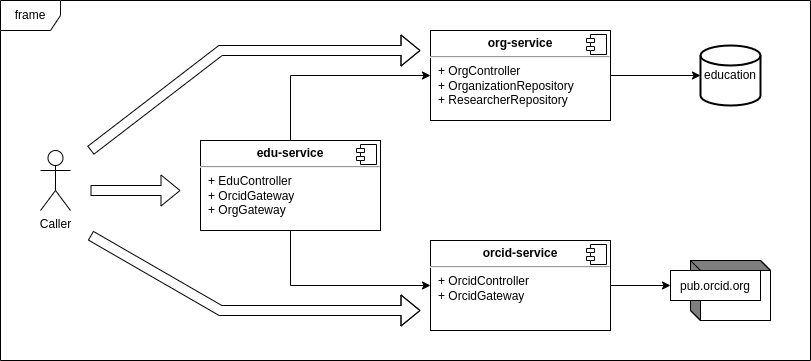
The draw.io diagram education-component.drawio.png in talis-fb/education, before a commit. Source tidied: cells renumbered, new cells last; positions are measured from the earlier drawing's top-left corner, leaving out a move shared by most shapes. Source of this version:
```xml
<mxGraphModel>
  <root>
    <mxCell id="0" />
    <mxCell id="1" parent="0" />
    <mxCell id="2" style="edgeStyle=orthogonalEdgeStyle;rounded=0;jettySize=auto;html=1;entryX=0;entryY=0.5;entryDx=0;entryDy=0;exitX=0.5;exitY=0;exitDx=0;exitDy=0;" parent="1" edge="1" source="4" target="7">
      <mxGeometry relative="1" as="geometry" />
    </mxCell>
    <mxCell id="3" style="edgeStyle=orthogonalEdgeStyle;rounded=0;jettySize=auto;html=1;entryX=0;entryY=0.5;entryDx=0;entryDy=0;exitX=0.5;exitY=1;exitDx=0;exitDy=0;" parent="1" edge="1" source="4" target="10">
      <mxGeometry relative="1" as="geometry" />
    </mxCell>
    <mxCell id="4" value="&lt;p style=&quot;margin:0px;margin-top:6px;text-align:center;&quot;&gt;&lt;b&gt;edu-service&lt;/b&gt;&lt;/p&gt;&lt;hr&gt;&lt;p style=&quot;margin:0px;margin-left:8px;&quot;&gt;+ EduController&lt;br&gt;+ OrcidGateway&lt;/p&gt;&lt;p style=&quot;margin:0px;margin-left:8px;&quot;&gt;+ OrgGateway&lt;/p&gt;" style="align=left;overflow=fill;html=1;" parent="1" vertex="1">
      <mxGeometry x="200" y="140" width="180" height="90" as="geometry" />
    </mxCell>
    <mxCell id="5" style="shape=component;jettyWidth=8;jettyHeight=4;" parent="4" vertex="1">
      <mxGeometry x="1" width="20" height="20" relative="1" as="geometry">
        <mxPoint x="-24" y="4" as="offset" />
      </mxGeometry>
    </mxCell>
    <mxCell id="6" style="edgeStyle=orthogonalEdgeStyle;rounded=0;jettySize=auto;html=1;entryX=0;entryY=0.5;entryDx=0;entryDy=0;entryPerimeter=0;" parent="1" edge="1" source="7" target="12">
      <mxGeometry relative="1" as="geometry" />
    </mxCell>
    <mxCell id="7" value="&lt;p style=&quot;margin:0px;margin-top:6px;text-align:center;&quot;&gt;&lt;b&gt;org-service&lt;/b&gt;&lt;/p&gt;&lt;hr&gt;&lt;p style=&quot;margin:0px;margin-left:8px;&quot;&gt;+ OrgController&lt;br&gt;+ OrganizationRepository&lt;/p&gt;&lt;p style=&quot;margin:0px;margin-left:8px;&quot;&gt;+ ResearcherRepository&lt;/p&gt;" style="align=left;overflow=fill;html=1;" parent="1" vertex="1">
      <mxGeometry x="430" y="30" width="180" height="90" as="geometry" />
    </mxCell>
    <mxCell id="8" style="shape=component;jettyWidth=8;jettyHeight=4;" parent="7" vertex="1">
      <mxGeometry x="1" width="20" height="20" relative="1" as="geometry">
        <mxPoint x="-24" y="4" as="offset" />
      </mxGeometry>
    </mxCell>
    <mxCell id="9" style="edgeStyle=orthogonalEdgeStyle;rounded=0;jettySize=auto;html=1;" parent="1" edge="1" source="10" target="14">
      <mxGeometry relative="1" as="geometry" />
    </mxCell>
    <mxCell id="10" value="&lt;p style=&quot;margin:0px;margin-top:6px;text-align:center;&quot;&gt;&lt;b&gt;orcid-service&lt;/b&gt;&lt;/p&gt;&lt;hr&gt;&lt;p style=&quot;margin:0px;margin-left:8px;&quot;&gt;+ OrcidController&lt;br&gt;+ OrcidGateway&lt;/p&gt;" style="align=left;overflow=fill;html=1;" parent="1" vertex="1">
      <mxGeometry x="430" y="240" width="180" height="90" as="geometry" />
    </mxCell>
    <mxCell id="11" style="shape=component;jettyWidth=8;jettyHeight=4;" parent="10" vertex="1">
      <mxGeometry x="1" width="20" height="20" relative="1" as="geometry">
        <mxPoint x="-24" y="4" as="offset" />
      </mxGeometry>
    </mxCell>
    <mxCell id="12" value="education" style="strokeWidth=2;html=1;shape=mxgraph.flowchart.database;whiteSpace=wrap;" parent="1" vertex="1">
      <mxGeometry x="700" y="45" width="60" height="60" as="geometry" />
    </mxCell>
    <mxCell id="13" style="html=1;dashed=0;whitespace=wrap;shape=mxgraph.dfd.externalEntity;" parent="1" vertex="1">
      <mxGeometry x="690" y="260" width="80" height="60" as="geometry" />
    </mxCell>
    <mxCell id="14" value="pub.orcid.org" style="strokeColor=inherit;fillColor=inherit;gradientColor=inherit;" parent="13" vertex="1">
      <mxGeometry width="90" height="30" relative="1" as="geometry">
        <mxPoint x="-20" y="10" as="offset" />
      </mxGeometry>
    </mxCell>
    <mxCell id="15" value="Caller" style="shape=umlActor;verticalLabelPosition=bottom;verticalAlign=top;html=1;" parent="1" vertex="1">
      <mxGeometry x="40" y="150" width="30" height="60" as="geometry" />
    </mxCell>
    <mxCell id="16" style="shape=flexArrow;endArrow=classic;html=1;rounded=0;" parent="1" edge="1">
      <mxGeometry relative="1" as="geometry">
        <mxPoint x="90" y="190" as="sourcePoint" />
        <mxPoint x="180" y="190" as="targetPoint" />
      </mxGeometry>
    </mxCell>
    <mxCell id="17" style="shape=flexArrow;endArrow=classic;html=1;rounded=0;" parent="1" edge="1">
      <mxGeometry relative="1" as="geometry">
        <mxPoint x="90" y="150" as="sourcePoint" />
        <mxPoint x="420" y="50" as="targetPoint" />
        <Array as="points">
          <mxPoint x="220" y="50" />
        </Array>
      </mxGeometry>
    </mxCell>
    <mxCell id="18" style="shape=flexArrow;endArrow=classic;html=1;rounded=0;" parent="1" edge="1">
      <mxGeometry relative="1" as="geometry">
        <mxPoint x="90" y="235" as="sourcePoint" />
        <mxPoint x="420" y="310" as="targetPoint" />
        <Array as="points">
          <mxPoint x="220" y="310" />
        </Array>
      </mxGeometry>
    </mxCell>
    <mxCell id="19" value="frame" style="shape=umlFrame;whiteSpace=wrap;html=1;" parent="1" vertex="1">
      <mxGeometry width="810" height="360" as="geometry" />
    </mxCell>
  </root>
</mxGraphModel>
```
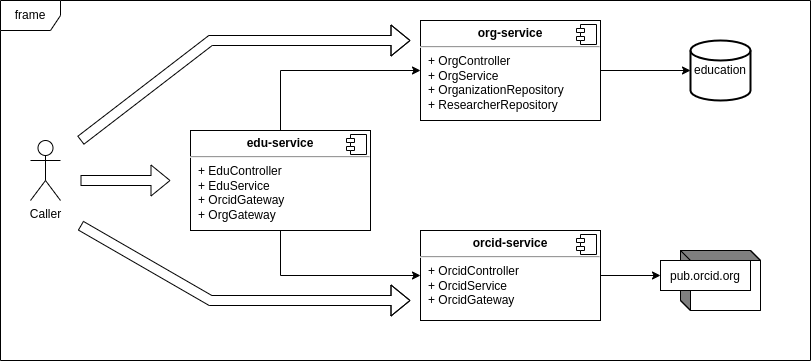
Later version of the same file.

Commit message:
Updated component diagram

The edit, as a diff of the source:
```diff
@@ -8,8 +8,8 @@
     <mxCell id="3" style="edgeStyle=orthogonalEdgeStyle;rounded=0;jettySize=auto;html=1;entryX=0;entryY=0.5;entryDx=0;entryDy=0;exitX=0.5;exitY=1;exitDx=0;exitDy=0;" parent="1" edge="1" source="4" target="10">
       <mxGeometry relative="1" as="geometry" />
     </mxCell>
-    <mxCell id="4" value="&lt;p style=&quot;margin:0px;margin-top:6px;text-align:center;&quot;&gt;&lt;b&gt;edu-service&lt;/b&gt;&lt;/p&gt;&lt;hr&gt;&lt;p style=&quot;margin:0px;margin-left:8px;&quot;&gt;+ EduController&lt;br&gt;+ OrcidGateway&lt;/p&gt;&lt;p style=&quot;margin:0px;margin-left:8px;&quot;&gt;+ OrgGateway&lt;/p&gt;" style="align=left;overflow=fill;html=1;" parent="1" vertex="1">
-      <mxGeometry x="200" y="140" width="180" height="90" as="geometry" />
+    <mxCell id="4" value="&lt;p style=&quot;margin:0px;margin-top:6px;text-align:center;&quot;&gt;&lt;b&gt;edu-service&lt;/b&gt;&lt;/p&gt;&lt;hr&gt;&lt;p style=&quot;margin:0px;margin-left:8px;&quot;&gt;+ EduController&lt;/p&gt;&lt;p style=&quot;margin:0px;margin-left:8px;&quot;&gt;+ EduService&lt;br&gt;+ OrcidGateway&lt;/p&gt;&lt;p style=&quot;margin:0px;margin-left:8px;&quot;&gt;+ OrgGateway&lt;/p&gt;" style="align=left;overflow=fill;html=1;" parent="1" vertex="1">
+      <mxGeometry x="200" y="140" width="180" height="100" as="geometry" />
     </mxCell>
     <mxCell id="5" style="shape=component;jettyWidth=8;jettyHeight=4;" parent="4" vertex="1">
       <mxGeometry x="1" width="20" height="20" relative="1" as="geometry">
@@ -19,8 +19,8 @@
     <mxCell id="6" style="edgeStyle=orthogonalEdgeStyle;rounded=0;jettySize=auto;html=1;entryX=0;entryY=0.5;entryDx=0;entryDy=0;entryPerimeter=0;" parent="1" edge="1" source="7" target="12">
       <mxGeometry relative="1" as="geometry" />
     </mxCell>
-    <mxCell id="7" value="&lt;p style=&quot;margin:0px;margin-top:6px;text-align:center;&quot;&gt;&lt;b&gt;org-service&lt;/b&gt;&lt;/p&gt;&lt;hr&gt;&lt;p style=&quot;margin:0px;margin-left:8px;&quot;&gt;+ OrgController&lt;br&gt;+ OrganizationRepository&lt;/p&gt;&lt;p style=&quot;margin:0px;margin-left:8px;&quot;&gt;+ ResearcherRepository&lt;/p&gt;" style="align=left;overflow=fill;html=1;" parent="1" vertex="1">
-      <mxGeometry x="430" y="30" width="180" height="90" as="geometry" />
+    <mxCell id="7" value="&lt;p style=&quot;margin:0px;margin-top:6px;text-align:center;&quot;&gt;&lt;b&gt;org-service&lt;/b&gt;&lt;/p&gt;&lt;hr&gt;&lt;p style=&quot;margin:0px;margin-left:8px;&quot;&gt;+ OrgController&lt;/p&gt;&lt;p style=&quot;margin:0px;margin-left:8px;&quot;&gt;+ OrgService&lt;br&gt;+ OrganizationRepository&lt;/p&gt;&lt;p style=&quot;margin:0px;margin-left:8px;&quot;&gt;+ ResearcherRepository&lt;/p&gt;" style="align=left;overflow=fill;html=1;" parent="1" vertex="1">
+      <mxGeometry x="430" y="30" width="180" height="100" as="geometry" />
     </mxCell>
     <mxCell id="8" style="shape=component;jettyWidth=8;jettyHeight=4;" parent="7" vertex="1">
       <mxGeometry x="1" width="20" height="20" relative="1" as="geometry">
@@ -30,7 +30,7 @@
     <mxCell id="9" style="edgeStyle=orthogonalEdgeStyle;rounded=0;jettySize=auto;html=1;" parent="1" edge="1" source="10" target="14">
       <mxGeometry relative="1" as="geometry" />
     </mxCell>
-    <mxCell id="10" value="&lt;p style=&quot;margin:0px;margin-top:6px;text-align:center;&quot;&gt;&lt;b&gt;orcid-service&lt;/b&gt;&lt;/p&gt;&lt;hr&gt;&lt;p style=&quot;margin:0px;margin-left:8px;&quot;&gt;+ OrcidController&lt;br&gt;+ OrcidGateway&lt;/p&gt;" style="align=left;overflow=fill;html=1;" parent="1" vertex="1">
+    <mxCell id="10" value="&lt;p style=&quot;margin:0px;margin-top:6px;text-align:center;&quot;&gt;&lt;b&gt;orcid-service&lt;/b&gt;&lt;/p&gt;&lt;hr&gt;&lt;p style=&quot;margin:0px;margin-left:8px;&quot;&gt;+ OrcidController&lt;br&gt;+ OrcidService&lt;br&gt;+ OrcidGateway&lt;/p&gt;" style="align=left;overflow=fill;html=1;" parent="1" vertex="1">
       <mxGeometry x="430" y="240" width="180" height="90" as="geometry" />
     </mxCell>
     <mxCell id="11" style="shape=component;jettyWidth=8;jettyHeight=4;" parent="10" vertex="1">
@@ -39,7 +39,7 @@
       </mxGeometry>
     </mxCell>
     <mxCell id="12" value="education" style="strokeWidth=2;html=1;shape=mxgraph.flowchart.database;whiteSpace=wrap;" parent="1" vertex="1">
-      <mxGeometry x="700" y="45" width="60" height="60" as="geometry" />
+      <mxGeometry x="700" y="50" width="60" height="60" as="geometry" />
     </mxCell>
     <mxCell id="13" style="html=1;dashed=0;whitespace=wrap;shape=mxgraph.dfd.externalEntity;" parent="1" vertex="1">
       <mxGeometry x="690" y="260" width="80" height="60" as="geometry" />
@@ -67,6 +67,9 @@
         </Array>
       </mxGeometry>
     </mxCell>
+    <mxCell id="19" value="frame" style="shape=umlFrame;whiteSpace=wrap;html=1;" parent="1" vertex="1">
+      <mxGeometry x="10" y="10" width="810" height="360" as="geometry" />
+    </mxCell>
     <mxCell id="18" style="shape=flexArrow;endArrow=classic;html=1;rounded=0;" parent="1" edge="1">
       <mxGeometry relative="1" as="geometry">
         <mxPoint x="90" y="235" as="sourcePoint" />
@@ -76,8 +79,5 @@
         </Array>
       </mxGeometry>
     </mxCell>
-    <mxCell id="19" value="frame" style="shape=umlFrame;whiteSpace=wrap;html=1;" parent="1" vertex="1">
-      <mxGeometry width="810" height="360" as="geometry" />
-    </mxCell>
   </root>
 </mxGraphModel>
```
